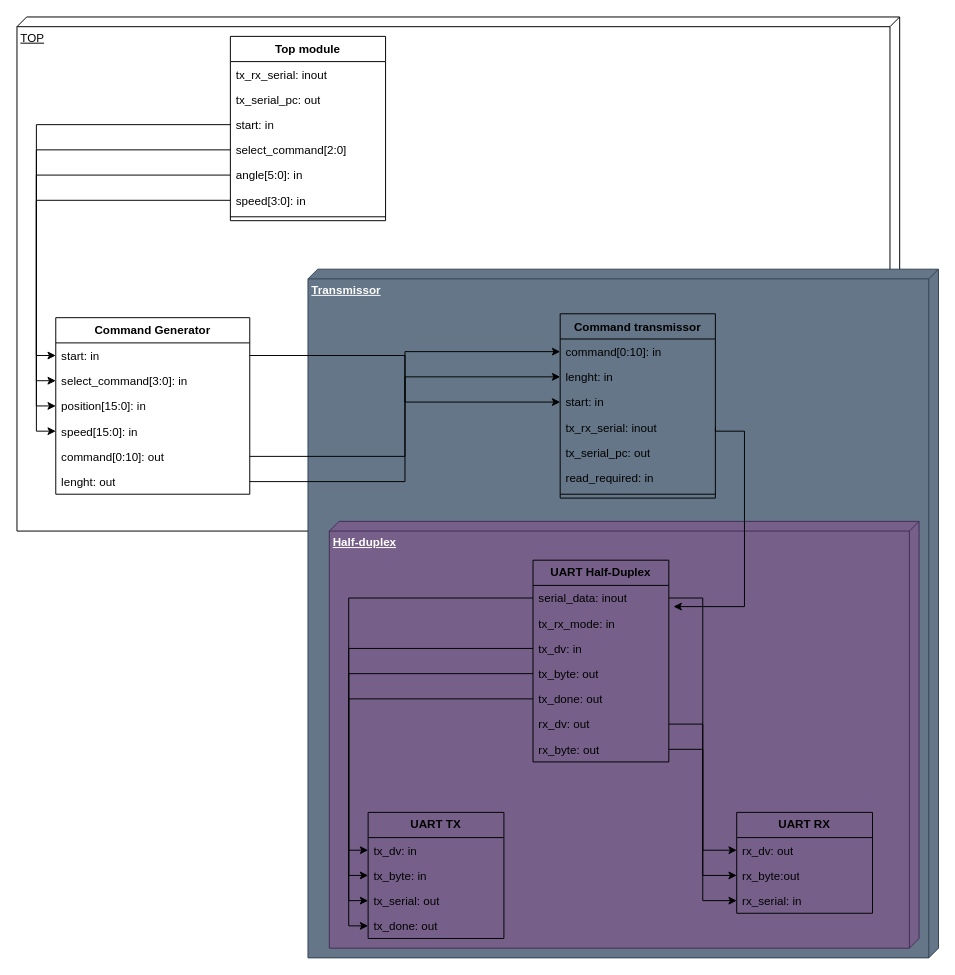
Earlier version of the draw.io diagram ComponentsDiagram.drawio (AlmuHS/AX12A_FPGA_Controller). Source tidied: cells renumbered, new cells numbered last; positions are measured from the earlier drawing's top-left corner, leaving out a move shared by most shapes. Both pictures are drawn from the tidied source at 97%, with x=0, y=0 at pixel (16, 16).
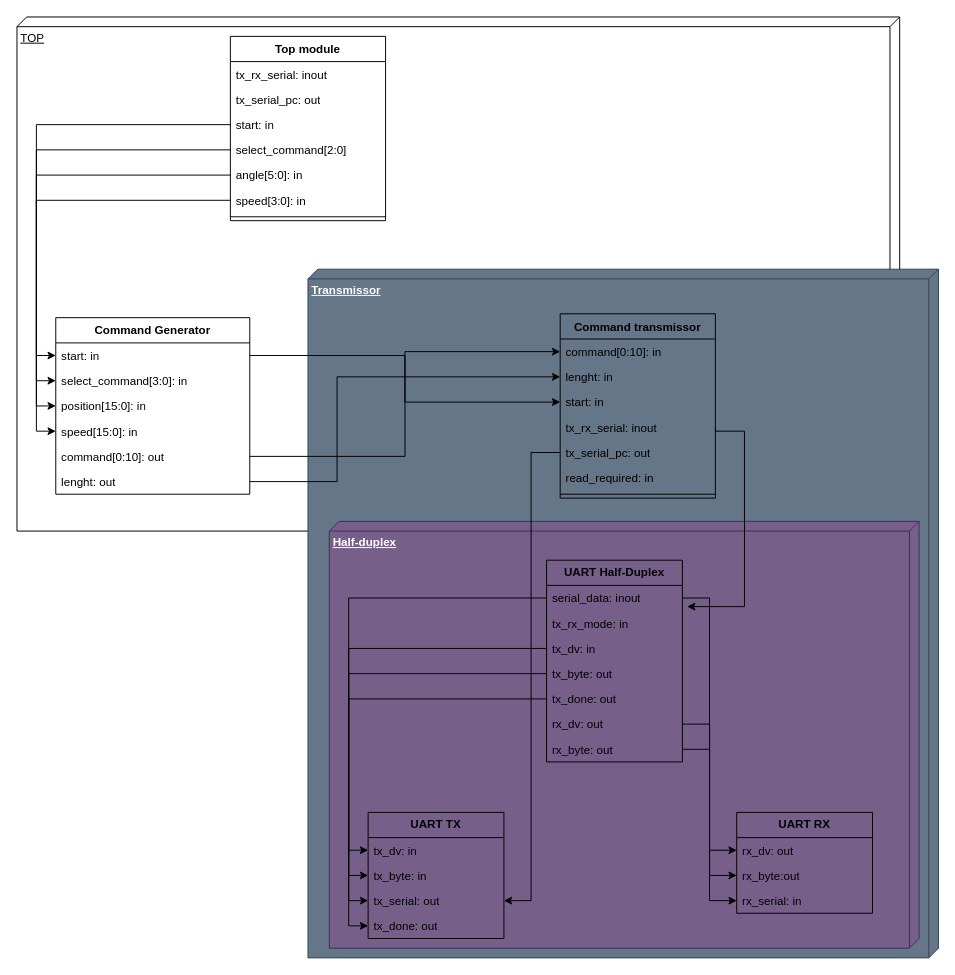
The same diagram, later.

Commit message (it also covers changes not shown here):
update components diagram

The change refers to these unchanged cells:
```xml
<mxCell id="19" value="lenght: out" style="text;strokeColor=none;fillColor=none;align=left;verticalAlign=top;spacingLeft=4;spacingRight=4;overflow=hidden;points=[[0,0.5],[1,0.5]];portConstraint=eastwest;whiteSpace=wrap;html=1;" parent="13" vertex="1">
  <mxGeometry y="156" width="200" height="26" as="geometry" />
</mxCell>
<mxCell id="23" value="lenght: in" style="text;strokeColor=none;fillColor=none;align=left;verticalAlign=top;spacingLeft=4;spacingRight=4;overflow=hidden;points=[[0,0.5],[1,0.5]];portConstraint=eastwest;whiteSpace=wrap;html=1;" parent="21" vertex="1">
  <mxGeometry y="52" width="160" height="26" as="geometry" />
</mxCell>
<mxCell id="26" value="tx_serial_pc: out" style="text;strokeColor=none;fillColor=none;align=left;verticalAlign=top;spacingLeft=4;spacingRight=4;overflow=hidden;points=[[0,0.5],[1,0.5]];portConstraint=eastwest;whiteSpace=wrap;html=1;" parent="21" vertex="1">
  <mxGeometry y="130" width="160" height="26" as="geometry" />
</mxCell>
<mxCell id="44" value="tx_serial: out" style="text;strokeColor=none;fillColor=none;align=left;verticalAlign=top;spacingLeft=4;spacingRight=4;overflow=hidden;points=[[0,0.5],[1,0.5]];portConstraint=eastwest;whiteSpace=wrap;html=1;" parent="41" vertex="1">
  <mxGeometry y="78" width="140" height="26" as="geometry" />
</mxCell>
```

Diff of the diagram source:
```diff
@@
     <mxCell id="32" value="&lt;b&gt;UART Half-Duplex&lt;/b&gt;" style="swimlane;fontStyle=0;horizontal=1;startSize=26;fillColor=none;whiteSpace=wrap;html=1;" parent="1" vertex="1">
-      <mxGeometry x="532" y="560" width="140" height="208" as="geometry" />
+      <mxGeometry x="546" y="560" width="140" height="208" as="geometry" />
     </mxCell>
@@
     <mxCell id="59" style="edgeStyle=orthogonalEdgeStyle;rounded=0;jettySize=auto;html=1;exitX=1;exitY=0.5;exitDx=0;exitDy=0;" parent="1" edge="1" source="19" target="23">
-      <mxGeometry relative="1" as="geometry" />
+      <mxGeometry relative="1" as="geometry">
+        <Array as="points">
+          <mxPoint x="330" y="479" />
+          <mxPoint x="330" y="371" />
+        </Array>
+      </mxGeometry>
     </mxCell>
+    <mxCell id="60" style="edgeStyle=orthogonalEdgeStyle;rounded=0;jettySize=auto;html=1;exitX=0;exitY=0.5;exitDx=0;exitDy=0;entryX=1;entryY=0.5;entryDx=0;entryDy=0;" parent="1" edge="1" source="26" target="44">
+      <mxGeometry relative="1" as="geometry">
+        <Array as="points">
+          <mxPoint x="530" y="449" />
+          <mxPoint x="530" y="911" />
+        </Array>
+      </mxGeometry>
+    </mxCell>
```
